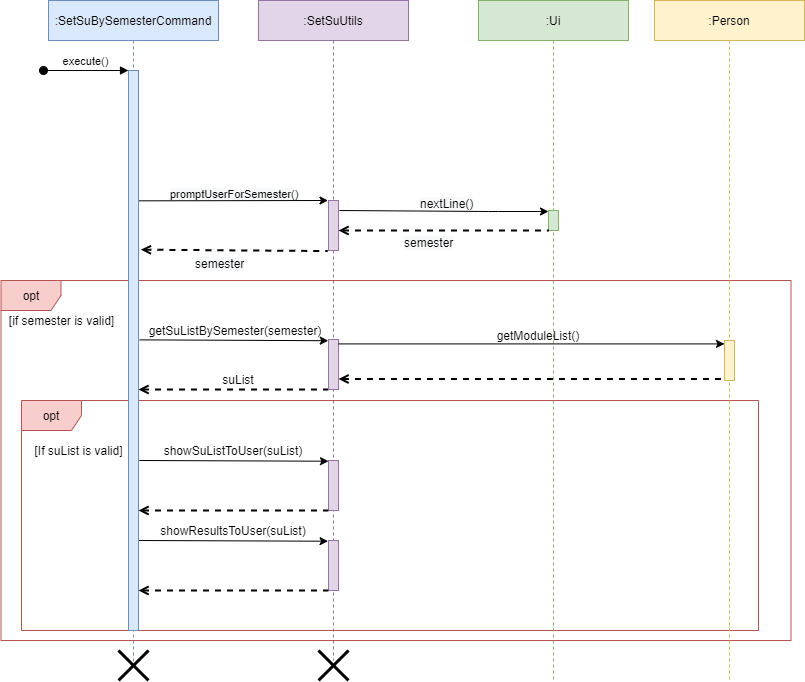
The draw.io diagram docs/images/DeveloperGuide/setSuBySemesterCommand_sequence.png in vanessa-kang/tp, before a commit. Source tidied: cells renumbered, new cells last; positions are measured from the earlier drawing's top-left corner, leaving out a move shared by most shapes.
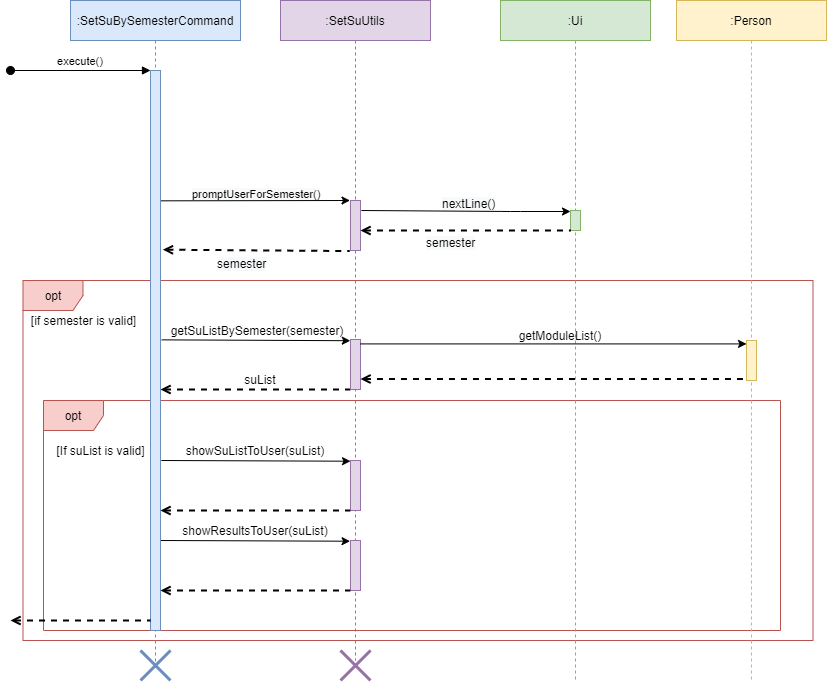
After the change.

Commit message:
Update sequence diagram and parser architecture

What changed in the source:
```diff
@@ -45,17 +45,17 @@
     </mxCell>
     <mxCell id="14" value="execute()" style="verticalAlign=bottom;startArrow=oval;endArrow=block;startSize=8;shadow=0;strokeWidth=1;labelBackgroundColor=none;" parent="1" edge="1">
       <mxGeometry x="70" y="20" as="geometry">
-        <mxPoint x="43" y="70" as="sourcePoint" />
+        <mxPoint x="-12" y="70" as="sourcePoint" />
         <mxPoint x="128" y="70" as="targetPoint" />
       </mxGeometry>
     </mxCell>
     <mxCell id="15" style="points=[];perimeter=orthogonalPerimeter;rounded=0;shadow=0;strokeWidth=1;fillColor=#e1d5e7;strokeColor=#9673a6;" parent="1" vertex="1">
       <mxGeometry x="328" y="200" width="10" height="50" as="geometry" />
     </mxCell>
-    <mxCell id="16" style="shape=umlDestroy;whiteSpace=wrap;html=1;strokeWidth=3;" parent="1" vertex="1">
+    <mxCell id="16" style="shape=umlDestroy;whiteSpace=wrap;html=1;strokeWidth=3;fillColor=#dae8fc;strokeColor=#6c8ebf;" parent="1" vertex="1">
       <mxGeometry x="118" y="650" width="30" height="30" as="geometry" />
     </mxCell>
-    <mxCell id="17" style="shape=umlDestroy;whiteSpace=wrap;html=1;strokeWidth=3;" parent="1" vertex="1">
+    <mxCell id="17" style="shape=umlDestroy;whiteSpace=wrap;html=1;strokeWidth=3;fillColor=#e1d5e7;strokeColor=#9673a6;" parent="1" vertex="1">
       <mxGeometry x="318" y="650" width="30" height="30" as="geometry" />
     </mxCell>
     <mxCell id="18" value="[if semester is valid]" style="text;html=1;align=center;verticalAlign=middle;" parent="1" vertex="1">
@@ -126,7 +126,7 @@
         <mxPoint x="327.7" y="510.1" as="targetPoint" />
       </mxGeometry>
     </mxCell>
-    <mxCell id="34" style="endArrow=none;dashed=1;html=1;strokeWidth=2;entryX=-0.033;entryY=1.011;entryDx=0;entryDy=0;entryPerimeter=0;exitX=1.3;exitY=0.179;exitDx=0;exitDy=0;exitPerimeter=0;startArrow=open;startFill=0;" parent="1" edge="1">
+    <mxCell id="34" value="&lt;span style=&quot;color: rgba(0 , 0 , 0 , 0) ; font-family: monospace ; font-size: 0px ; background-color: rgb(248 , 249 , 250)&quot;&gt;%3CmxGraphModel%3E%3Croot%3E%3CmxCell%20id%3D%220%22%2F%3E%3CmxCell%20id%3D%221%22%20parent%3D%220%22%2F%3E%3CmxCell%20id%3D%222%22%20value%3D%22%22%20style%3D%22endArrow%3Dnone%3Bdashed%3D1%3Bhtml%3D1%3BstrokeWidth%3D2%3BentryX%3D-0.033%3BentryY%3D1.011%3BentryDx%3D0%3BentryDy%3D0%3BentryPerimeter%3D0%3BexitX%3D1.3%3BexitY%3D0.179%3BexitDx%3D0%3BexitDy%3D0%3BexitPerimeter%3D0%3BstartArrow%3Dopen%3BstartFill%3D0%3B%22%20edge%3D%221%22%20parent%3D%221%22%3E%3CmxGeometry%20width%3D%2250%22%20height%3D%2250%22%20relative%3D%221%22%20as%3D%22geometry%22%3E%3CmxPoint%20x%3D%22150%22%20y%3D%22610%22%20as%3D%22sourcePoint%22%2F%3E%3CmxPoint%20x%3D%22339.66999999999985%22%20y%3D%22610.1099999999999%22%20as%3D%22targetPoint%22%2F%3E%3CArray%20as%3D%22points%22%3E%3CmxPoint%20x%3D%22237.84%22%20y%3D%22610%22%2F%3E%3C%2FArray%3E%3C%2FmxGeometry%3E%3C%2FmxCell%3E%3C%2Froot%3E%3C%2FmxGraphModel%3E&lt;/span&gt;" style="endArrow=none;dashed=1;html=1;strokeWidth=2;entryX=-0.033;entryY=1.011;entryDx=0;entryDy=0;entryPerimeter=0;exitX=1.3;exitY=0.179;exitDx=0;exitDy=0;exitPerimeter=0;startArrow=open;startFill=0;" parent="1" edge="1">
       <mxGeometry relative="1" as="geometry">
         <mxPoint x="138" y="590" as="sourcePoint" />
         <mxPoint x="327.7" y="590.1" as="targetPoint" />
@@ -158,5 +158,14 @@
     <mxCell id="40" value="getModuleList()" style="text;html=1;strokeColor=none;fillColor=none;align=center;verticalAlign=middle;whiteSpace=wrap;rounded=0;" parent="1" vertex="1">
       <mxGeometry x="508" y="325" width="60" height="20" as="geometry" />
     </mxCell>
+    <mxCell id="41" style="endArrow=none;dashed=1;html=1;strokeWidth=2;entryX=-0.033;entryY=1.011;entryDx=0;entryDy=0;entryPerimeter=0;startArrow=open;startFill=0;" parent="1" edge="1">
+      <mxGeometry relative="1" as="geometry">
+        <mxPoint x="-12" y="620" as="sourcePoint" />
+        <mxPoint x="128" y="620.1" as="targetPoint" />
+        <Array as="points">
+          <mxPoint x="26.2" y="620" />
+        </Array>
+      </mxGeometry>
+    </mxCell>
   </root>
 </mxGraphModel>
```
